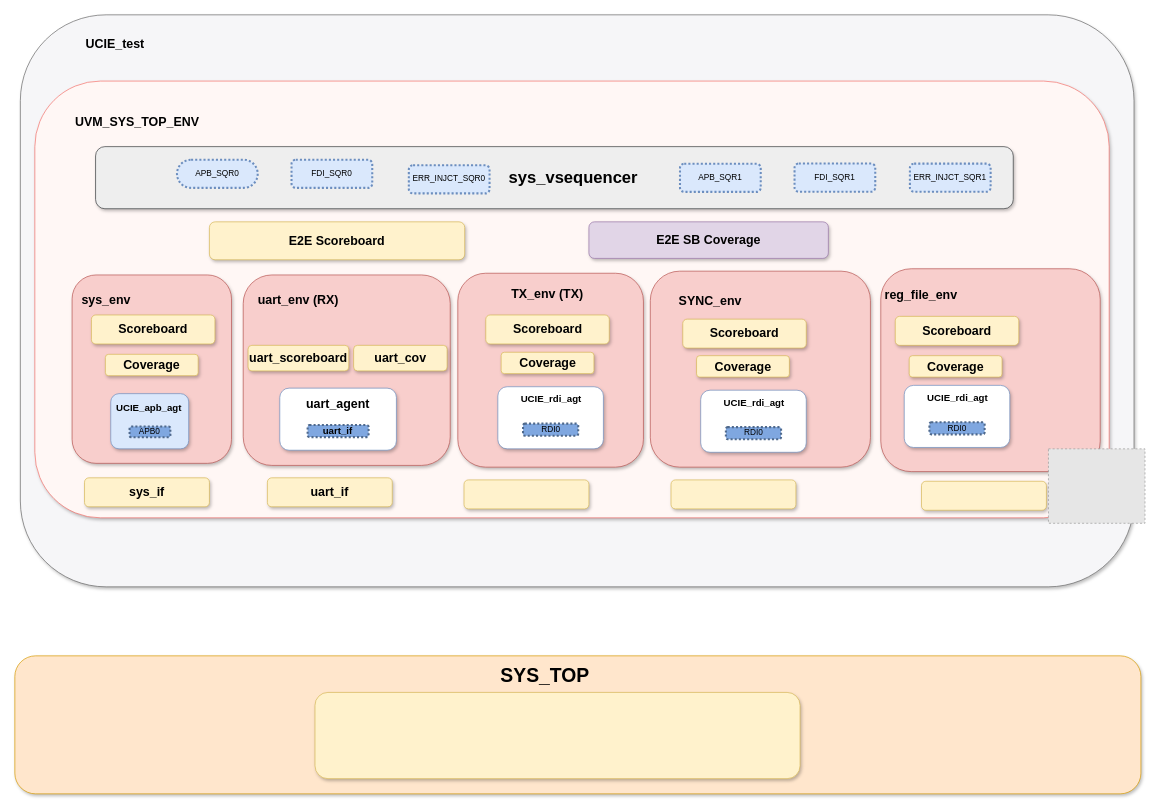
The draw.io diagram OVERALL_SYS/UVM_Architecture.drawio in Kareem-Yahia/UVM_UART_SYSTEM, before the edit. Source tidied: cells renumbered, new cells numbered last; positions are measured from the earlier drawing's top-left corner, leaving out a move shared by most shapes. Both pictures are drawn from the tidied source at 69%, with x=0, y=0 at pixel (14, 14). Pictures stored in the file or linked from it are replaced by grey dashed boxes.
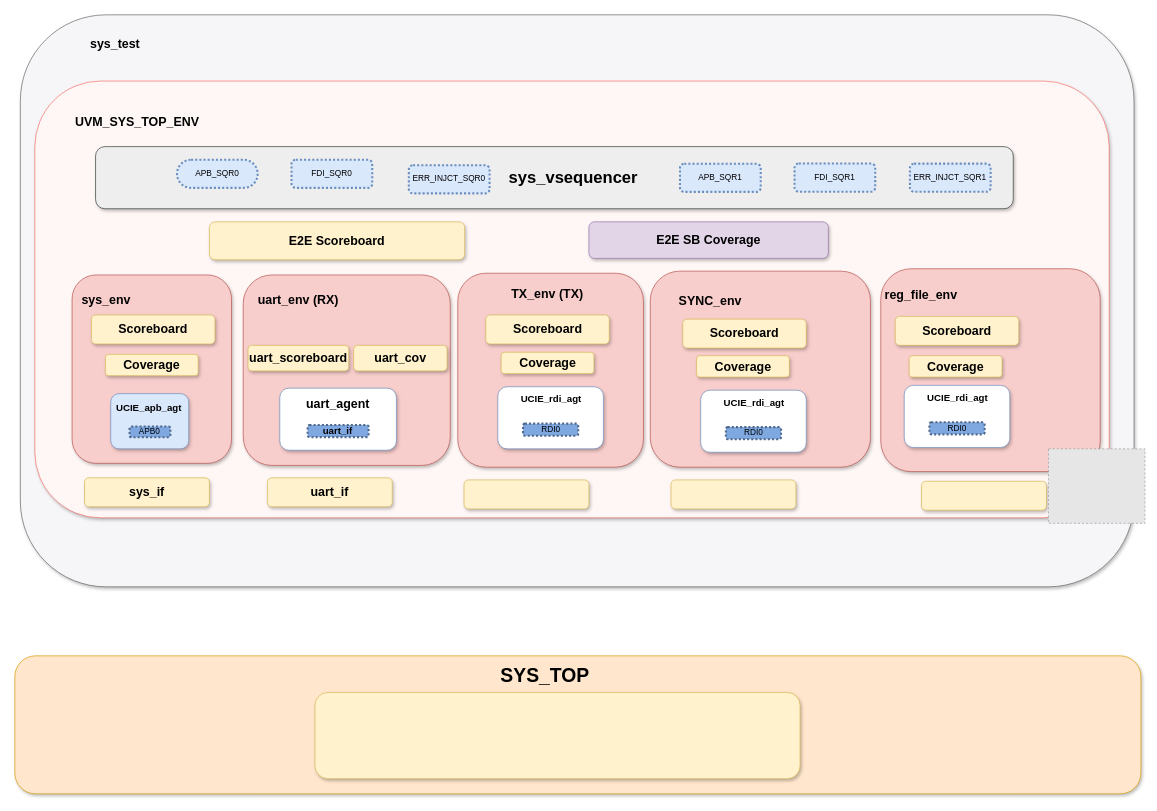
The same diagram, later.

The edit, as a diff of the source:
```diff
@@
-    <mxCell id="5" value="&lt;font style=&quot;font-size: 18px;&quot;&gt;&lt;b style=&quot;&quot;&gt;UCIE_test&lt;/b&gt;&lt;/font&gt;" style="text;html=1;align=center;verticalAlign=middle;strokeColor=none;fillColor=none;" parent="1" vertex="1">
-      <mxGeometry x="93" y="25" width="103" height="34" as="geometry" />
+    <mxCell id="5" value="&lt;font style=&quot;font-size: 18px;&quot;&gt;&lt;b style=&quot;&quot;&gt;sys_test&lt;/b&gt;&lt;/font&gt;" style="text;html=1;align=center;verticalAlign=middle;strokeColor=none;fillColor=none;" parent="1" vertex="1">
+      <mxGeometry x="100" y="25" width="90" height="34" as="geometry" />
     </mxCell>
```
